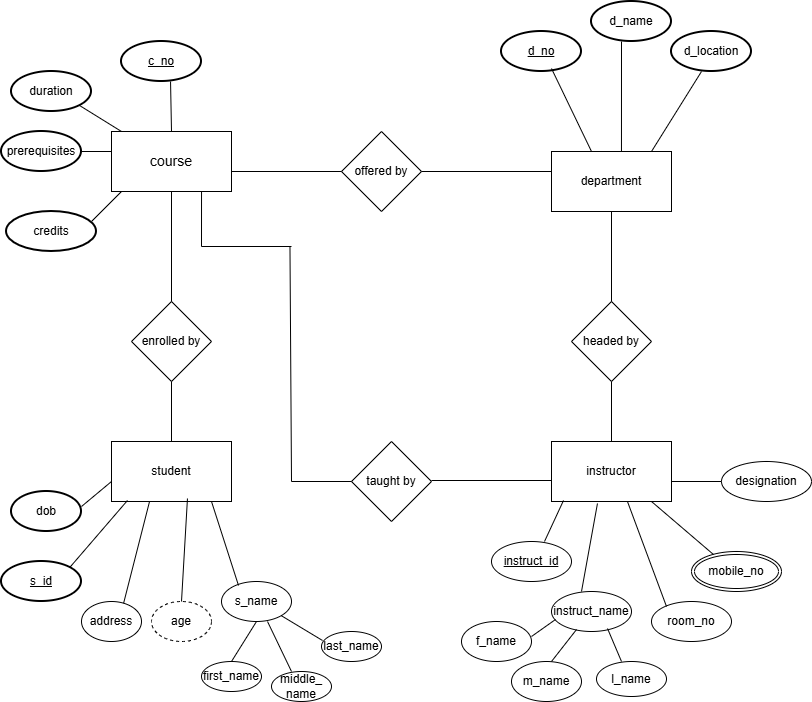
Before: er_01.png, a diagram exported from draw.io (diyaahhhhh/dbms). Source tidied: cells renumbered, new cells last; positions are measured from the earlier drawing's top-left corner, leaving out a move shared by most shapes. Source of this version:
```xml
<mxGraphModel>
  <root>
    <mxCell id="0" />
    <mxCell id="1" parent="0" />
    <mxCell id="2" value="student" style="rounded=0;whiteSpace=wrap;html=1;" parent="1" vertex="1">
      <mxGeometry x="110" y="440" width="120" height="60" as="geometry" />
    </mxCell>
    <mxCell id="3" value="instructor" style="rounded=0;whiteSpace=wrap;html=1;" parent="1" vertex="1">
      <mxGeometry x="550" y="440" width="120" height="60" as="geometry" />
    </mxCell>
    <mxCell id="4" value="&lt;font style=&quot;font-size: 14px;&quot;&gt;course&lt;/font&gt;" style="rounded=0;whiteSpace=wrap;html=1;" parent="1" vertex="1">
      <mxGeometry x="110" y="130" width="120" height="60" as="geometry" />
    </mxCell>
    <mxCell id="5" value="department" style="rounded=0;whiteSpace=wrap;html=1;" parent="1" vertex="1">
      <mxGeometry x="550" y="150" width="120" height="60" as="geometry" />
    </mxCell>
    <mxCell id="6" value="offered by" style="rhombus;whiteSpace=wrap;html=1;" parent="1" vertex="1">
      <mxGeometry x="340" y="130" width="80" height="80" as="geometry" />
    </mxCell>
    <mxCell id="7" value="enrolled by" style="rhombus;whiteSpace=wrap;html=1;" parent="1" vertex="1">
      <mxGeometry x="130" y="300" width="80" height="80" as="geometry" />
    </mxCell>
    <mxCell id="8" value="headed by" style="rhombus;whiteSpace=wrap;html=1;" parent="1" vertex="1">
      <mxGeometry x="570" y="300" width="80" height="80" as="geometry" />
    </mxCell>
    <mxCell id="9" style="endArrow=none;html=1;rounded=0;entryX=0;entryY=0.5;entryDx=0;entryDy=0;" parent="1" edge="1" target="6">
      <mxGeometry relative="1" as="geometry">
        <mxPoint x="230" y="170" as="sourcePoint" />
      </mxGeometry>
    </mxCell>
    <mxCell id="10" style="endArrow=none;html=1;rounded=0;exitX=1;exitY=0.5;exitDx=0;exitDy=0;" parent="1" edge="1" source="6">
      <mxGeometry relative="1" as="geometry">
        <mxPoint x="550" y="170" as="targetPoint" />
      </mxGeometry>
    </mxCell>
    <mxCell id="11" style="endArrow=none;html=1;rounded=0;entryX=0.5;entryY=1;entryDx=0;entryDy=0;exitX=0.5;exitY=0;exitDx=0;exitDy=0;" parent="1" edge="1" source="7" target="4">
      <mxGeometry relative="1" as="geometry" />
    </mxCell>
    <mxCell id="12" style="endArrow=none;html=1;rounded=0;entryX=0.5;entryY=1;entryDx=0;entryDy=0;exitX=0.5;exitY=0;exitDx=0;exitDy=0;" parent="1" edge="1" source="2" target="7">
      <mxGeometry relative="1" as="geometry" />
    </mxCell>
    <mxCell id="13" style="endArrow=none;html=1;rounded=0;entryX=0.5;entryY=1;entryDx=0;entryDy=0;exitX=0.5;exitY=0;exitDx=0;exitDy=0;" parent="1" edge="1" source="8" target="5">
      <mxGeometry relative="1" as="geometry" />
    </mxCell>
    <mxCell id="14" style="endArrow=none;html=1;rounded=0;entryX=0.5;entryY=1;entryDx=0;entryDy=0;exitX=0.5;exitY=0;exitDx=0;exitDy=0;" parent="1" edge="1" source="3" target="8">
      <mxGeometry relative="1" as="geometry" />
    </mxCell>
    <mxCell id="15" value="duration" style="strokeWidth=2;html=1;shape=mxgraph.flowchart.start_1;whiteSpace=wrap;" parent="1" vertex="1">
      <mxGeometry x="10" y="70" width="80" height="40" as="geometry" />
    </mxCell>
    <mxCell id="16" value="&lt;u&gt;c_no&lt;/u&gt;" style="strokeWidth=2;html=1;shape=mxgraph.flowchart.start_1;whiteSpace=wrap;strokeColor=#000000;" parent="1" vertex="1">
      <mxGeometry x="120" y="40" width="80" height="40" as="geometry" />
    </mxCell>
    <mxCell id="17" value="prerequisites" style="strokeWidth=2;html=1;shape=mxgraph.flowchart.start_1;whiteSpace=wrap;" parent="1" vertex="1">
      <mxGeometry y="130" width="80" height="40" as="geometry" />
    </mxCell>
    <mxCell id="18" value="credits" style="strokeWidth=2;html=1;shape=mxgraph.flowchart.start_1;whiteSpace=wrap;" parent="1" vertex="1">
      <mxGeometry x="5" y="210" width="90" height="40" as="geometry" />
    </mxCell>
    <mxCell id="19" value="&lt;u&gt;d_no&lt;/u&gt;" style="strokeWidth=2;html=1;shape=mxgraph.flowchart.start_1;whiteSpace=wrap;" parent="1" vertex="1">
      <mxGeometry x="500" y="30" width="80" height="40" as="geometry" />
    </mxCell>
    <mxCell id="20" value="d_name" style="strokeWidth=2;html=1;shape=mxgraph.flowchart.start_1;whiteSpace=wrap;" parent="1" vertex="1">
      <mxGeometry x="590" width="80" height="40" as="geometry" />
    </mxCell>
    <mxCell id="21" value="d_location" style="strokeWidth=2;html=1;shape=mxgraph.flowchart.start_1;whiteSpace=wrap;" parent="1" vertex="1">
      <mxGeometry x="670" y="30" width="80" height="40" as="geometry" />
    </mxCell>
    <mxCell id="22" value="dob" style="strokeWidth=2;html=1;shape=mxgraph.flowchart.start_1;whiteSpace=wrap;" parent="1" vertex="1">
      <mxGeometry x="10" y="490" width="70" height="40" as="geometry" />
    </mxCell>
    <mxCell id="23" value="&lt;u&gt;s_id&lt;/u&gt;" style="strokeWidth=2;html=1;shape=mxgraph.flowchart.start_1;whiteSpace=wrap;" parent="1" vertex="1">
      <mxGeometry y="560" width="80" height="40" as="geometry" />
    </mxCell>
    <mxCell id="24" value="age" style="ellipse;whiteSpace=wrap;html=1;align=center;dashed=1;" parent="1" vertex="1">
      <mxGeometry x="150" y="600" width="60" height="40" as="geometry" />
    </mxCell>
    <mxCell id="25" style="endArrow=none;html=1;rounded=0;" parent="1" edge="1">
      <mxGeometry relative="1" as="geometry">
        <mxPoint x="80" y="505" as="sourcePoint" />
        <mxPoint x="110" y="480" as="targetPoint" />
      </mxGeometry>
    </mxCell>
    <mxCell id="26" style="endArrow=none;html=1;rounded=0;entryX=0.133;entryY=0.983;entryDx=0;entryDy=0;entryPerimeter=0;exitX=0.855;exitY=0.145;exitDx=0;exitDy=0;exitPerimeter=0;" parent="1" edge="1" source="23" target="2">
      <mxGeometry relative="1" as="geometry" />
    </mxCell>
    <mxCell id="27" style="endArrow=none;html=1;rounded=0;entryX=0.317;entryY=1;entryDx=0;entryDy=0;entryPerimeter=0;" parent="1" edge="1" target="2">
      <mxGeometry relative="1" as="geometry">
        <mxPoint x="120" y="610" as="sourcePoint" />
      </mxGeometry>
    </mxCell>
    <mxCell id="28" style="endArrow=none;html=1;rounded=0;entryX=0.633;entryY=0.95;entryDx=0;entryDy=0;entryPerimeter=0;exitX=0.5;exitY=0;exitDx=0;exitDy=0;" parent="1" edge="1" source="24" target="2">
      <mxGeometry relative="1" as="geometry" />
    </mxCell>
    <mxCell id="29" value="&lt;u&gt;instruct_id&lt;/u&gt;" style="ellipse;whiteSpace=wrap;html=1;" parent="1" vertex="1">
      <mxGeometry x="490" y="540" width="80" height="40" as="geometry" />
    </mxCell>
    <mxCell id="30" value="instruct_name" style="ellipse;whiteSpace=wrap;html=1;" parent="1" vertex="1">
      <mxGeometry x="550" y="590" width="80" height="40" as="geometry" />
    </mxCell>
    <mxCell id="31" value="room_no" style="ellipse;whiteSpace=wrap;html=1;" parent="1" vertex="1">
      <mxGeometry x="650" y="600" width="80" height="40" as="geometry" />
    </mxCell>
    <mxCell id="32" value="designation" style="ellipse;whiteSpace=wrap;html=1;" parent="1" vertex="1">
      <mxGeometry x="720" y="460" width="90" height="40" as="geometry" />
    </mxCell>
    <mxCell id="33" value="mobile_no" style="ellipse;shape=doubleEllipse;margin=3;whiteSpace=wrap;html=1;align=center;" parent="1" vertex="1">
      <mxGeometry x="690" y="550" width="90" height="40" as="geometry" />
    </mxCell>
    <mxCell id="34" style="endArrow=none;html=1;rounded=0;entryX=0.1;entryY=0.983;entryDx=0;entryDy=0;entryPerimeter=0;" parent="1" edge="1" target="3">
      <mxGeometry relative="1" as="geometry">
        <mxPoint x="543" y="540" as="sourcePoint" />
      </mxGeometry>
    </mxCell>
    <mxCell id="35" style="endArrow=none;html=1;rounded=0;entryX=0.383;entryY=1.033;entryDx=0;entryDy=0;entryPerimeter=0;" parent="1" edge="1" target="3">
      <mxGeometry relative="1" as="geometry">
        <mxPoint x="580" y="590" as="sourcePoint" />
      </mxGeometry>
    </mxCell>
    <mxCell id="36" style="endArrow=none;html=1;rounded=0;entryX=0.633;entryY=1;entryDx=0;entryDy=0;entryPerimeter=0;" parent="1" edge="1" target="3">
      <mxGeometry relative="1" as="geometry">
        <mxPoint x="665" y="605" as="sourcePoint" />
      </mxGeometry>
    </mxCell>
    <mxCell id="37" style="endArrow=none;html=1;rounded=0;exitX=0.244;exitY=0.075;exitDx=0;exitDy=0;exitPerimeter=0;" parent="1" edge="1" source="33">
      <mxGeometry relative="1" as="geometry">
        <mxPoint x="650" y="500" as="targetPoint" />
      </mxGeometry>
    </mxCell>
    <mxCell id="38" style="endArrow=none;html=1;rounded=0;entryX=0;entryY=0.5;entryDx=0;entryDy=0;" parent="1" edge="1" target="32">
      <mxGeometry relative="1" as="geometry">
        <mxPoint x="670" y="480" as="sourcePoint" />
      </mxGeometry>
    </mxCell>
    <mxCell id="39" value="taught by" style="rhombus;whiteSpace=wrap;html=1;" parent="1" vertex="1">
      <mxGeometry x="350" y="440" width="80" height="80" as="geometry" />
    </mxCell>
    <mxCell id="40" style="endArrow=none;html=1;rounded=0;entryX=0;entryY=0.65;entryDx=0;entryDy=0;entryPerimeter=0;" parent="1" edge="1" target="3">
      <mxGeometry relative="1" as="geometry">
        <mxPoint x="430" y="479" as="sourcePoint" />
      </mxGeometry>
    </mxCell>
    <mxCell id="41" style="endArrow=none;html=1;rounded=0;" parent="1" edge="1">
      <mxGeometry relative="1" as="geometry">
        <mxPoint x="90" y="220" as="sourcePoint" />
        <mxPoint x="120" y="190" as="targetPoint" />
      </mxGeometry>
    </mxCell>
    <mxCell id="42" style="endArrow=none;html=1;rounded=0;" parent="1" edge="1">
      <mxGeometry relative="1" as="geometry">
        <mxPoint x="80" y="150" as="sourcePoint" />
        <mxPoint x="110" y="150" as="targetPoint" />
      </mxGeometry>
    </mxCell>
    <mxCell id="43" style="endArrow=none;html=1;rounded=0;exitX=0.855;exitY=0.855;exitDx=0;exitDy=0;exitPerimeter=0;" parent="1" edge="1" source="15">
      <mxGeometry relative="1" as="geometry">
        <mxPoint x="120" y="130" as="targetPoint" />
      </mxGeometry>
    </mxCell>
    <mxCell id="44" style="endArrow=none;html=1;rounded=0;entryX=0.613;entryY=1;entryDx=0;entryDy=0;entryPerimeter=0;" parent="1" edge="1" target="16">
      <mxGeometry relative="1" as="geometry">
        <mxPoint x="170" y="130" as="sourcePoint" />
      </mxGeometry>
    </mxCell>
    <mxCell id="45" style="endArrow=none;html=1;rounded=0;exitX=0.5;exitY=0;exitDx=0;exitDy=0;entryX=0.625;entryY=0.925;entryDx=0;entryDy=0;entryPerimeter=0;" parent="1" edge="1" target="19">
      <mxGeometry relative="1" as="geometry">
        <mxPoint x="590" y="150" as="sourcePoint" />
      </mxGeometry>
    </mxCell>
    <mxCell id="46" style="endArrow=none;html=1;rounded=0;exitX=0.583;exitY=0;exitDx=0;exitDy=0;exitPerimeter=0;" parent="1" edge="1" source="5">
      <mxGeometry relative="1" as="geometry">
        <mxPoint x="620" y="40" as="targetPoint" />
      </mxGeometry>
    </mxCell>
    <mxCell id="47" style="line;strokeWidth=1;dashed=0;labelPosition=right;align=left;verticalAlign=middle;spacingTop=0;spacingLeft=6;" parent="1" vertex="1">
      <mxGeometry x="290" y="475" width="60" height="10" as="geometry" />
    </mxCell>
    <mxCell id="48" style="endArrow=none;html=1;rounded=0;entryX=0.983;entryY=0.5;entryDx=0;entryDy=0;entryPerimeter=0;" parent="1" edge="1" target="49">
      <mxGeometry relative="1" as="geometry">
        <mxPoint x="290" y="480" as="sourcePoint" />
      </mxGeometry>
    </mxCell>
    <mxCell id="49" style="line;strokeWidth=1;dashed=0;labelPosition=right;align=left;verticalAlign=middle;spacingTop=0;spacingLeft=6;points=[];portConstraint=eastwest;" parent="1" vertex="1">
      <mxGeometry x="200" y="240" width="90" height="10" as="geometry" />
    </mxCell>
    <mxCell id="50" value="s_name" style="ellipse;whiteSpace=wrap;html=1;" parent="1" vertex="1">
      <mxGeometry x="220" y="580" width="70" height="40" as="geometry" />
    </mxCell>
    <mxCell id="51" style="endArrow=none;html=1;rounded=0;exitX=0.243;exitY=0.1;exitDx=0;exitDy=0;exitPerimeter=0;" parent="1" edge="1" source="50">
      <mxGeometry relative="1" as="geometry">
        <mxPoint x="210" y="500" as="targetPoint" />
      </mxGeometry>
    </mxCell>
    <mxCell id="52" style="endArrow=none;html=1;rounded=0;" parent="1" edge="1">
      <mxGeometry relative="1" as="geometry">
        <mxPoint x="650" y="150" as="sourcePoint" />
        <mxPoint x="700" y="70" as="targetPoint" />
      </mxGeometry>
    </mxCell>
    <mxCell id="53" style="endArrow=none;html=1;rounded=0;entryX=1;entryY=1;entryDx=0;entryDy=0;exitX=0.333;exitY=0.5;exitDx=0;exitDy=0;exitPerimeter=0;" parent="1" edge="1">
      <mxGeometry relative="1" as="geometry">
        <mxPoint x="200" y="245" as="sourcePoint" />
        <mxPoint x="200" y="190" as="targetPoint" />
      </mxGeometry>
    </mxCell>
    <mxCell id="54" value="address" style="ellipse;whiteSpace=wrap;html=1;" parent="1" vertex="1">
      <mxGeometry x="80" y="600" width="60" height="40" as="geometry" />
    </mxCell>
    <mxCell id="55" value="first_name" style="ellipse;whiteSpace=wrap;html=1;" parent="1" vertex="1">
      <mxGeometry x="200" y="660" width="60" height="30" as="geometry" />
    </mxCell>
    <mxCell id="56" value="middle_&lt;div&gt;name&lt;/div&gt;" style="ellipse;whiteSpace=wrap;html=1;" parent="1" vertex="1">
      <mxGeometry x="270" y="670" width="60" height="30" as="geometry" />
    </mxCell>
    <mxCell id="57" value="last_name" style="ellipse;whiteSpace=wrap;html=1;" parent="1" vertex="1">
      <mxGeometry x="320" y="630" width="60" height="30" as="geometry" />
    </mxCell>
    <mxCell id="58" style="endArrow=none;html=1;rounded=0;entryX=0.5;entryY=1;entryDx=0;entryDy=0;" parent="1" edge="1" target="50">
      <mxGeometry relative="1" as="geometry">
        <mxPoint x="230" y="660" as="sourcePoint" />
      </mxGeometry>
    </mxCell>
    <mxCell id="59" style="endArrow=none;html=1;rounded=0;" parent="1" edge="1">
      <mxGeometry relative="1" as="geometry">
        <mxPoint x="290" y="670" as="sourcePoint" />
        <mxPoint x="266" y="620" as="targetPoint" />
      </mxGeometry>
    </mxCell>
    <mxCell id="60" style="endArrow=none;html=1;rounded=0;exitX=0.017;exitY=0.3;exitDx=0;exitDy=0;exitPerimeter=0;entryX=1;entryY=1;entryDx=0;entryDy=0;" parent="1" edge="1" source="57" target="50">
      <mxGeometry relative="1" as="geometry" />
    </mxCell>
    <mxCell id="61" value="f_name" style="ellipse;whiteSpace=wrap;html=1;" parent="1" vertex="1">
      <mxGeometry x="460" y="620" width="70" height="40" as="geometry" />
    </mxCell>
    <mxCell id="62" value="m_name" style="ellipse;whiteSpace=wrap;html=1;" parent="1" vertex="1">
      <mxGeometry x="510" y="660" width="70" height="40" as="geometry" />
    </mxCell>
    <mxCell id="63" value="l_name" style="ellipse;whiteSpace=wrap;html=1;" parent="1" vertex="1">
      <mxGeometry x="595" y="660" width="70" height="35" as="geometry" />
    </mxCell>
    <mxCell id="64" style="endArrow=none;html=1;rounded=0;entryX=0.05;entryY=0.7;entryDx=0;entryDy=0;entryPerimeter=0;" parent="1" edge="1" target="30">
      <mxGeometry relative="1" as="geometry">
        <mxPoint x="530" y="635" as="sourcePoint" />
      </mxGeometry>
    </mxCell>
    <mxCell id="65" style="endArrow=none;html=1;rounded=0;entryX=0.313;entryY=0.95;entryDx=0;entryDy=0;entryPerimeter=0;" parent="1" edge="1" target="30">
      <mxGeometry relative="1" as="geometry">
        <mxPoint x="550" y="660" as="sourcePoint" />
      </mxGeometry>
    </mxCell>
    <mxCell id="66" style="endArrow=none;html=1;rounded=0;entryX=0.7;entryY=0.925;entryDx=0;entryDy=0;entryPerimeter=0;" parent="1" edge="1" target="30">
      <mxGeometry relative="1" as="geometry">
        <mxPoint x="620" y="660" as="sourcePoint" />
      </mxGeometry>
    </mxCell>
  </root>
</mxGraphModel>
```
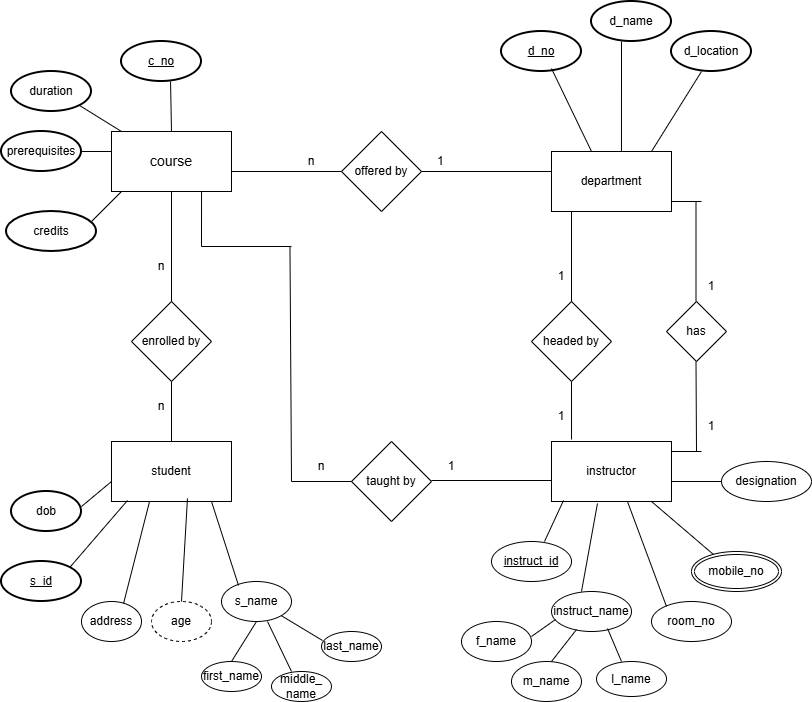
After the commit.

Diff of the diagram source:
```diff
@@ -21,7 +21,7 @@
       <mxGeometry x="130" y="300" width="80" height="80" as="geometry" />
     </mxCell>
     <mxCell id="8" value="headed by" style="rhombus;whiteSpace=wrap;html=1;" parent="1" vertex="1">
-      <mxGeometry x="570" y="300" width="80" height="80" as="geometry" />
+      <mxGeometry x="530" y="300" width="80" height="80" as="geometry" />
     </mxCell>
     <mxCell id="9" style="endArrow=none;html=1;rounded=0;entryX=0;entryY=0.5;entryDx=0;entryDy=0;" parent="1" edge="1" target="6">
       <mxGeometry relative="1" as="geometry">
@@ -39,10 +39,12 @@
     <mxCell id="12" style="endArrow=none;html=1;rounded=0;entryX=0.5;entryY=1;entryDx=0;entryDy=0;exitX=0.5;exitY=0;exitDx=0;exitDy=0;" parent="1" edge="1" source="2" target="7">
       <mxGeometry relative="1" as="geometry" />
     </mxCell>
-    <mxCell id="13" style="endArrow=none;html=1;rounded=0;entryX=0.5;entryY=1;entryDx=0;entryDy=0;exitX=0.5;exitY=0;exitDx=0;exitDy=0;" parent="1" edge="1" source="8" target="5">
-      <mxGeometry relative="1" as="geometry" />
+    <mxCell id="13" style="endArrow=none;html=1;rounded=0;exitX=0.5;exitY=0;exitDx=0;exitDy=0;" parent="1" edge="1" source="8">
+      <mxGeometry relative="1" as="geometry">
+        <mxPoint x="570" y="210" as="targetPoint" />
+      </mxGeometry>
     </mxCell>
-    <mxCell id="14" style="endArrow=none;html=1;rounded=0;entryX=0.5;entryY=1;entryDx=0;entryDy=0;exitX=0.5;exitY=0;exitDx=0;exitDy=0;" parent="1" edge="1" source="3" target="8">
+    <mxCell id="14" style="endArrow=none;html=1;rounded=0;entryX=0.5;entryY=1;entryDx=0;entryDy=0;exitX=0.167;exitY=-0.033;exitDx=0;exitDy=0;exitPerimeter=0;" parent="1" edge="1" source="3" target="8">
       <mxGeometry relative="1" as="geometry" />
     </mxCell>
     <mxCell id="15" value="duration" style="strokeWidth=2;html=1;shape=mxgraph.flowchart.start_1;whiteSpace=wrap;" parent="1" vertex="1">
@@ -253,5 +255,62 @@
         <mxPoint x="620" y="660" as="sourcePoint" />
       </mxGeometry>
     </mxCell>
+    <mxCell id="67" value="n" style="text;html=1;whiteSpace=wrap;strokeColor=none;fillColor=none;align=center;verticalAlign=middle;rounded=0;" parent="1" vertex="1">
+      <mxGeometry x="280" y="145" width="60" height="30" as="geometry" />
+    </mxCell>
+    <mxCell id="68" value="1" style="text;strokeColor=none;fillColor=none;align=left;verticalAlign=middle;spacingLeft=4;spacingRight=4;overflow=hidden;whiteSpace=wrap;html=1;" parent="1" vertex="1">
+      <mxGeometry x="430" y="145" width="80" height="30" as="geometry" />
+    </mxCell>
+    <mxCell id="69" value="n" style="text;html=1;whiteSpace=wrap;strokeColor=none;fillColor=none;align=center;verticalAlign=middle;rounded=0;" parent="1" vertex="1">
+      <mxGeometry x="290" y="450" width="60" height="30" as="geometry" />
+    </mxCell>
+    <mxCell id="70" value="1" style="text;html=1;whiteSpace=wrap;strokeColor=none;fillColor=none;align=center;verticalAlign=middle;rounded=0;" parent="1" vertex="1">
+      <mxGeometry x="420" y="450" width="60" height="30" as="geometry" />
+    </mxCell>
+    <mxCell id="71" value="1" style="text;html=1;whiteSpace=wrap;strokeColor=none;fillColor=none;align=center;verticalAlign=middle;rounded=0;" parent="1" vertex="1">
+      <mxGeometry x="530" y="260" width="60" height="30" as="geometry" />
+    </mxCell>
+    <mxCell id="72" value="1" style="text;html=1;whiteSpace=wrap;strokeColor=none;fillColor=none;align=center;verticalAlign=middle;rounded=0;" parent="1" vertex="1">
+      <mxGeometry x="530" y="400" width="60" height="30" as="geometry" />
+    </mxCell>
+    <mxCell id="73" value="has" style="rhombus;whiteSpace=wrap;html=1;" parent="1" vertex="1">
+      <mxGeometry x="665" y="300" width="60" height="60" as="geometry" />
+    </mxCell>
+    <mxCell id="74" style="endArrow=none;html=1;rounded=0;" parent="1" edge="1">
+      <mxGeometry relative="1" as="geometry">
+        <mxPoint x="694.5" y="300" as="sourcePoint" />
+        <mxPoint x="694.5" y="200" as="targetPoint" />
+      </mxGeometry>
+    </mxCell>
+    <mxCell id="75" style="endArrow=none;html=1;rounded=0;" parent="1" edge="1">
+      <mxGeometry relative="1" as="geometry">
+        <mxPoint x="695" y="450" as="sourcePoint" />
+        <mxPoint x="694.5" y="360" as="targetPoint" />
+      </mxGeometry>
+    </mxCell>
+    <mxCell id="76" style="endArrow=none;html=1;rounded=0;" parent="1" edge="1">
+      <mxGeometry relative="1" as="geometry">
+        <mxPoint x="670" y="450" as="sourcePoint" />
+        <mxPoint x="700" y="450" as="targetPoint" />
+      </mxGeometry>
+    </mxCell>
+    <mxCell id="77" style="endArrow=none;html=1;rounded=0;" parent="1" edge="1">
+      <mxGeometry relative="1" as="geometry">
+        <mxPoint x="670" y="200" as="sourcePoint" />
+        <mxPoint x="700" y="200" as="targetPoint" />
+      </mxGeometry>
+    </mxCell>
+    <mxCell id="78" value="1" style="text;html=1;whiteSpace=wrap;strokeColor=none;fillColor=none;align=center;verticalAlign=middle;rounded=0;" parent="1" vertex="1">
+      <mxGeometry x="680" y="270" width="60" height="30" as="geometry" />
+    </mxCell>
+    <mxCell id="79" value="1" style="text;html=1;whiteSpace=wrap;strokeColor=none;fillColor=none;align=center;verticalAlign=middle;rounded=0;" parent="1" vertex="1">
+      <mxGeometry x="680" y="410" width="60" height="30" as="geometry" />
+    </mxCell>
+    <mxCell id="80" value="n" style="text;html=1;whiteSpace=wrap;strokeColor=none;fillColor=none;align=center;verticalAlign=middle;rounded=0;" parent="1" vertex="1">
+      <mxGeometry x="130" y="390" width="60" height="30" as="geometry" />
+    </mxCell>
+    <mxCell id="81" value="n" style="text;html=1;whiteSpace=wrap;strokeColor=none;fillColor=none;align=center;verticalAlign=middle;rounded=0;" parent="1" vertex="1">
+      <mxGeometry x="130" y="250" width="60" height="30" as="geometry" />
+    </mxCell>
   </root>
 </mxGraphModel>
```
